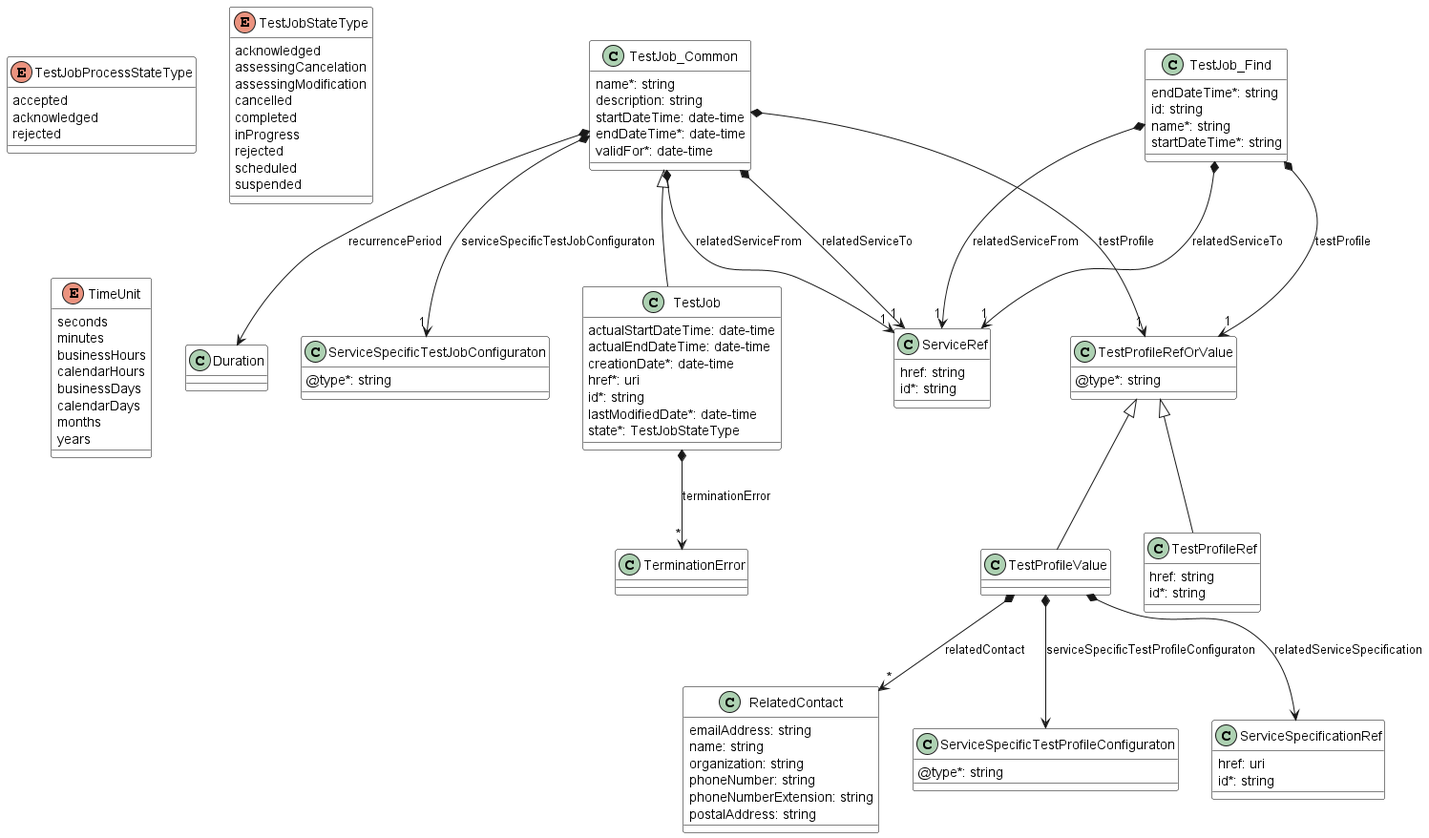
Earlier version of the PlantUML export documentation/serviceApi/sft/serviceTest/media/testJobDataModel.png (MEF-GIT/MEF-LSO-Legato-SDK). Source of this version:
```plantuml
@startuml testJobDataModel
skinparam {
    ClassBackgroundColor White
    ClassBorderColor Black
    scale 4096 width
}

class RelatedContact {

    emailAddress: string
    name: string
    organization: string
    phoneNumber: string
    phoneNumberExtension: string
    postalAddress: string
}

class ServiceRef {

    href: string
    id*: string
}



class ServiceSpecificTestJobConfiguraton {

    @type*: string
}



class ServiceSpecificTestProfileConfiguraton {

    @type*: string
}



class ServiceSpecificationRef {

    href: uri
    id*: string
}

class TestJob {

    actualStartDateTime: date-time
    actualEndDateTime: date-time
    creationDate*: date-time
    href*: uri
    id*: string
    lastModifiedDate*: date-time
    state*: TestJobStateType
}
TestJob_Common <|-- TestJob

TestJob *-->"*" TerminationError : terminationError


class TestJob_Common {

    name*: string
    description: string
    startDateTime: date-time
    endDateTime*: date-time
    validFor*: date-time
}

TestJob_Common *--> Duration : recurrencePeriod
TestJob_Common *-->"1" TestProfileRefOrValue : testProfile
TestJob_Common *-->"1" ServiceRef : relatedServiceFrom
TestJob_Common *-->"1" ServiceRef : relatedServiceTo
TestJob_Common *-->"1" ServiceSpecificTestJobConfiguraton : serviceSpecificTestJobConfiguraton


class TestJob_Find {

    endDateTime*: string
    id: string
    name*: string
    startDateTime*: string
}

TestJob_Find *-->"1" ServiceRef : relatedServiceFrom
TestJob_Find *-->"1" ServiceRef : relatedServiceTo
TestJob_Find *-->"1" TestProfileRefOrValue : testProfile


class TestProfileRef {

    href: string
    id*: string
}
TestProfileRefOrValue <|-- TestProfileRef



class TestProfileRefOrValue {

    @type*: string
}



class TestProfileValue {

}
TestProfileRefOrValue <|-- TestProfileValue

TestProfileValue *--> ServiceSpecificTestProfileConfiguraton : serviceSpecificTestProfileConfiguraton
TestProfileValue *--> ServiceSpecificationRef : relatedServiceSpecification
TestProfileValue *-->"*" RelatedContact : relatedContact

enum TestJobProcessStateType {

    accepted
    acknowledged
    rejected
}

enum TestJobStateType {

    acknowledged
    assessingCancelation
    assessingModification
    cancelled
    completed
    inProgress
    rejected
    scheduled
    suspended
}

enum TimeUnit {

    seconds
    minutes
    businessHours
    calendarHours
    businessDays
    calendarDays
    months
    years
}
@enduml
```
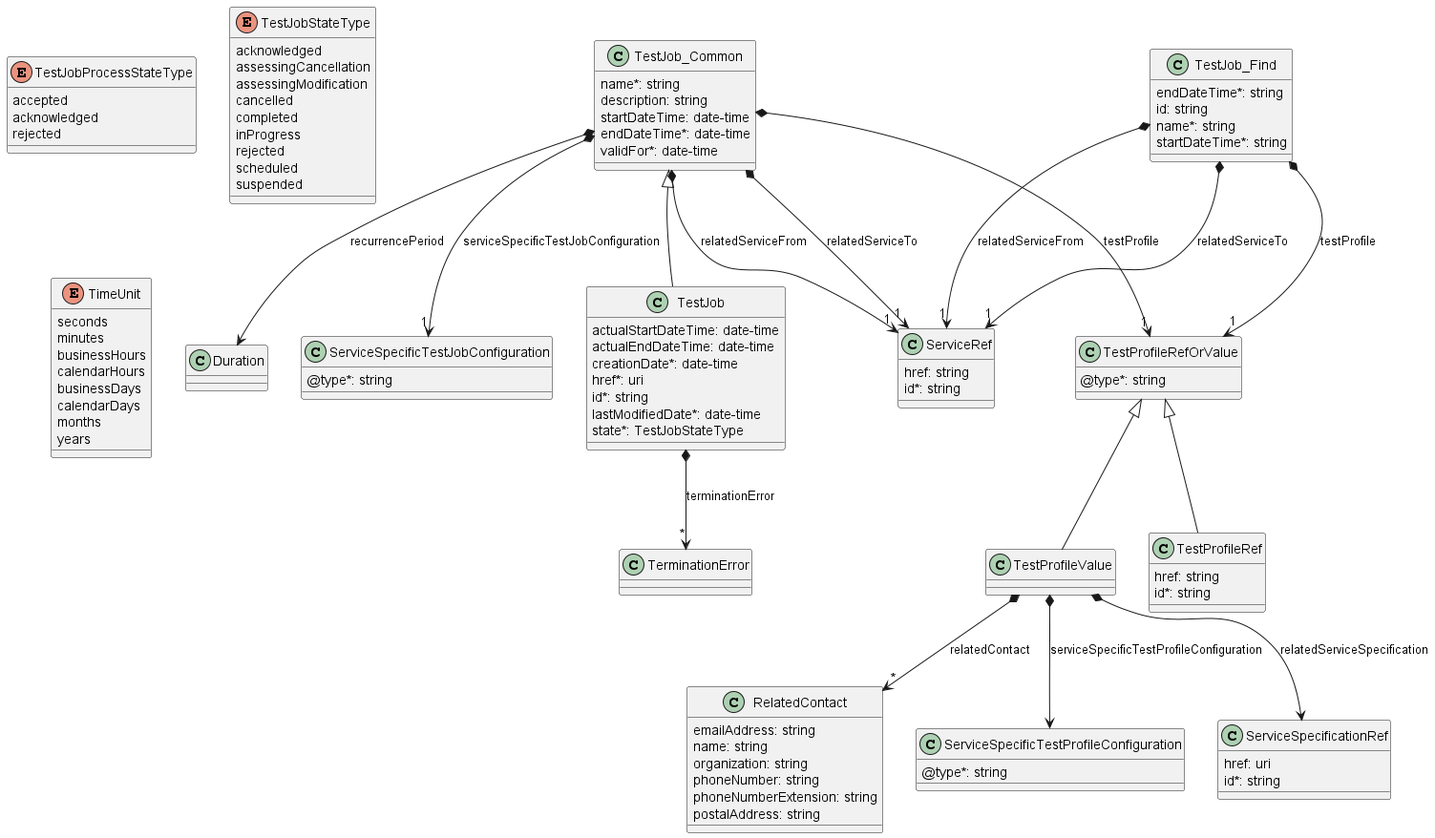
Later version of the same file.

Change to the diagram source:
```diff
@@ -1,7 +1,5 @@
 @startuml testJobDataModel
 skinparam {
-    ClassBackgroundColor White
-    ClassBorderColor Black
     scale 4096 width
 }
 
@@ -23,14 +21,14 @@
 
 
 
-class ServiceSpecificTestJobConfiguraton {
+class ServiceSpecificTestJobConfiguration {
 
     @type*: string
 }
 
 
 
-class ServiceSpecificTestProfileConfiguraton {
+class ServiceSpecificTestProfileConfiguration {
 
     @type*: string
 }
@@ -71,7 +69,7 @@
 TestJob_Common *-->"1" TestProfileRefOrValue : testProfile
 TestJob_Common *-->"1" ServiceRef : relatedServiceFrom
 TestJob_Common *-->"1" ServiceRef : relatedServiceTo
-TestJob_Common *-->"1" ServiceSpecificTestJobConfiguraton : serviceSpecificTestJobConfiguraton
+TestJob_Common *-->"1" ServiceSpecificTestJobConfiguration : serviceSpecificTestJobConfiguration
 
 
 class TestJob_Find {
@@ -108,7 +106,7 @@
 }
 TestProfileRefOrValue <|-- TestProfileValue
 
-TestProfileValue *--> ServiceSpecificTestProfileConfiguraton : serviceSpecificTestProfileConfiguraton
+TestProfileValue *--> ServiceSpecificTestProfileConfiguration : serviceSpecificTestProfileConfiguration
 TestProfileValue *--> ServiceSpecificationRef : relatedServiceSpecification
 TestProfileValue *-->"*" RelatedContact : relatedContact
 
@@ -122,7 +120,7 @@
 enum TestJobStateType {
 
     acknowledged
-    assessingCancelation
+    assessingCancellation
     assessingModification
     cancelled
     completed
```
